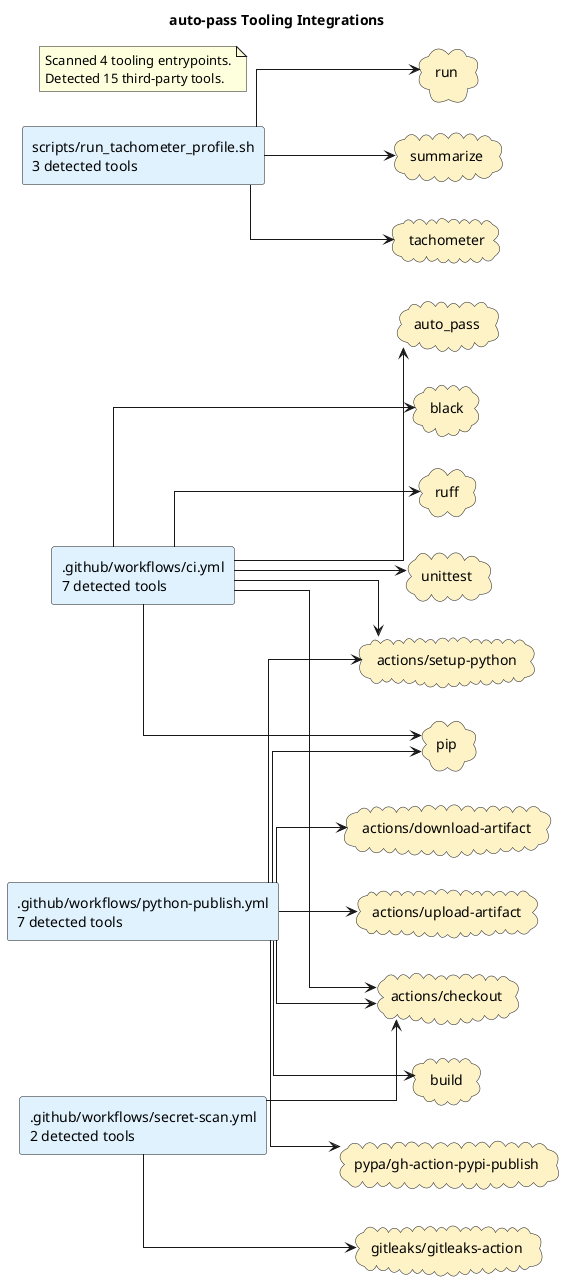
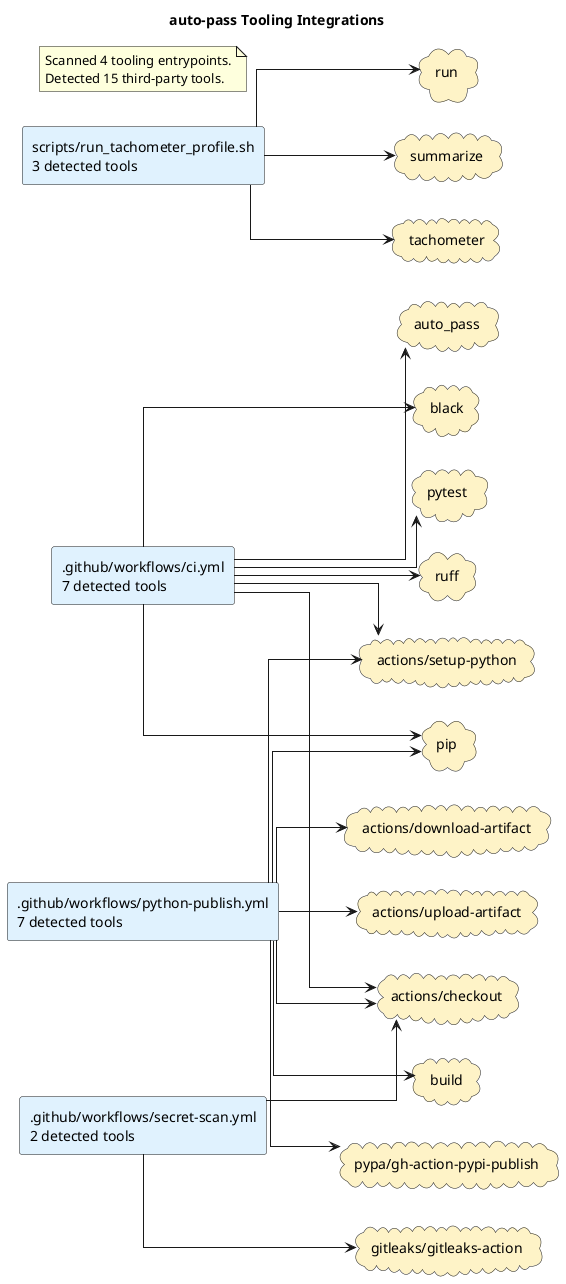
@startuml
title auto-pass Tooling Integrations
left to right direction
skinparam shadowing false
skinparam defaultFontName Monospace
skinparam componentStyle rectangle
skinparam linetype ortho
rectangle ".github/workflows/ci.yml\n7 detected tools" as source_github_workflows_ci_yml #E0F2FE
rectangle ".github/workflows/python-publish.yml\n7 detected tools" as source_github_workflows_python_publish_yml #E0F2FE
rectangle ".github/workflows/secret-scan.yml\n2 detected tools" as source_github_workflows_secret_scan_yml #E0F2FE
rectangle "scripts/run_tachometer_profile.sh\n3 detected tools" as source_scripts_run_tachometer_profile_sh #E0F2FE
cloud "actions/checkout" as tool_actions_checkout #FEF3C7
cloud "actions/download-artifact" as tool_actions_download_artifact #FEF3C7
cloud "actions/setup-python" as tool_actions_setup_python #FEF3C7
cloud "actions/upload-artifact" as tool_actions_upload_artifact #FEF3C7
cloud "auto_pass" as tool_auto_pass #FEF3C7
cloud "black" as tool_black #FEF3C7
cloud "build" as tool_build #FEF3C7
cloud "gitleaks/gitleaks-action" as tool_gitleaks_gitleaks_action #FEF3C7
cloud "pip" as tool_pip #FEF3C7
cloud "pypa/gh-action-pypi-publish" as tool_pypa_gh_action_pypi_publish #FEF3C7
+ cloud "pytest" as tool_pytest #FEF3C7
cloud "ruff" as tool_ruff #FEF3C7
cloud "run" as tool_run #FEF3C7
cloud "summarize" as tool_summarize #FEF3C7
cloud "tachometer" as tool_tachometer #FEF3C7
- cloud "unittest" as tool_unittest #FEF3C7
source_github_workflows_ci_yml --> tool_actions_checkout
source_github_workflows_ci_yml --> tool_actions_setup_python
source_github_workflows_ci_yml --> tool_auto_pass
source_github_workflows_ci_yml --> tool_black
source_github_workflows_ci_yml --> tool_pip
+ source_github_workflows_ci_yml --> tool_pytest
source_github_workflows_ci_yml --> tool_ruff
- source_github_workflows_ci_yml --> tool_unittest
source_github_workflows_python_publish_yml --> tool_actions_checkout
source_github_workflows_python_publish_yml --> tool_actions_download_artifact
source_github_workflows_python_publish_yml --> tool_actions_setup_python
source_github_workflows_python_publish_yml --> tool_actions_upload_artifact
source_github_workflows_python_publish_yml --> tool_build
source_github_workflows_python_publish_yml --> tool_pip
source_github_workflows_python_publish_yml --> tool_pypa_gh_action_pypi_publish
source_github_workflows_secret_scan_yml --> tool_actions_checkout
source_github_workflows_secret_scan_yml --> tool_gitleaks_gitleaks_action
source_scripts_run_tachometer_profile_sh --> tool_run
source_scripts_run_tachometer_profile_sh --> tool_summarize
source_scripts_run_tachometer_profile_sh --> tool_tachometer
note as toolingGraphSummary
Scanned 4 tooling entrypoints.
Detected 15 third-party tools.
end note
@enduml
